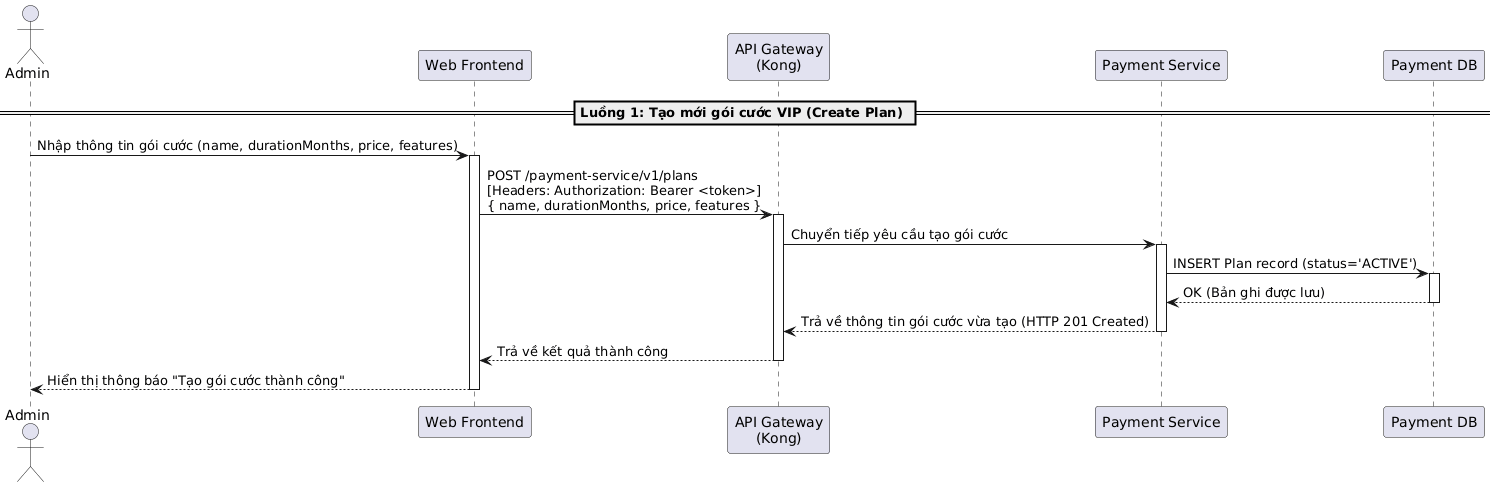
This is temp/05-sequence/UML-Sequence-24.png from 20206205Tech/docs-uml, a PlantUML export, as it was before one commit.
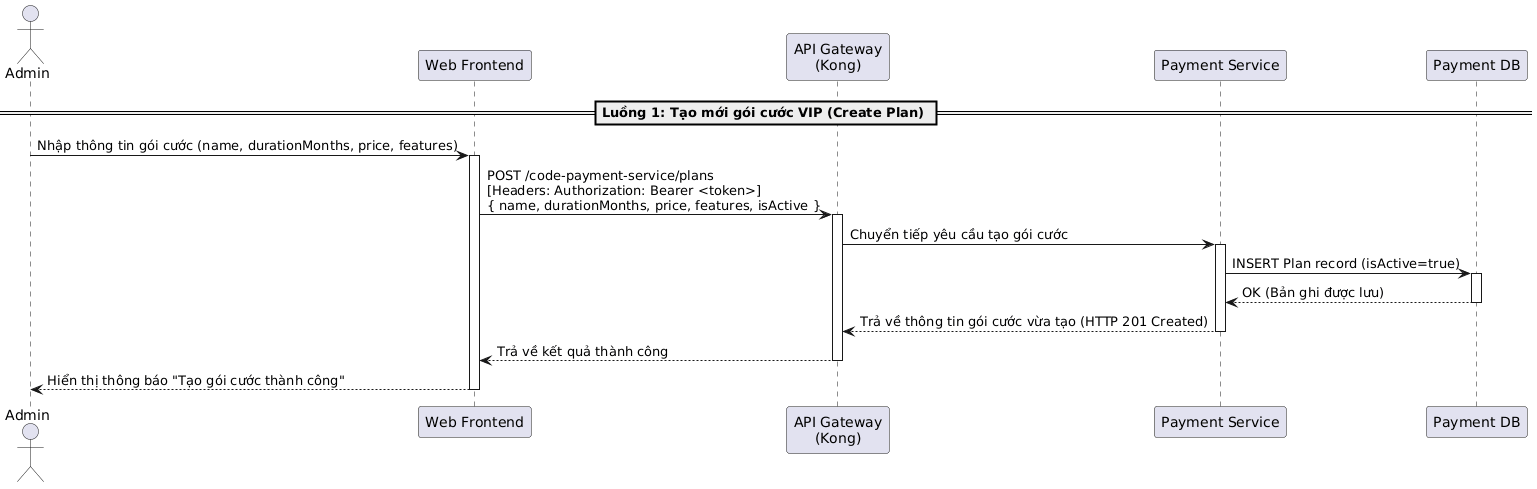
Above is the later version.

Diff of the diagram source:
```diff
@@ -8,12 +8,12 @@
 == Luồng 1: Tạo mới gói cước VIP (Create Plan) ==
 Admin -> Frontend: Nhập thông tin gói cước (name, durationMonths, price, features)
 activate Frontend
-Frontend -> Kong: POST /payment-service/v1/plans\n[Headers: Authorization: Bearer <token>]\n{ name, durationMonths, price, features }
+Frontend -> Kong: POST /code-payment-service/plans\n[Headers: Authorization: Bearer <token>]\n{ name, durationMonths, price, features, isActive }
 activate Kong
 Kong -> PaymentService: Chuyển tiếp yêu cầu tạo gói cước
 activate PaymentService
 
-PaymentService -> DB: INSERT Plan record (status='ACTIVE')
+PaymentService -> DB: INSERT Plan record (isActive=true)
 activate DB
 DB --> PaymentService: OK (Bản ghi được lưu)
 deactivate DB
```
